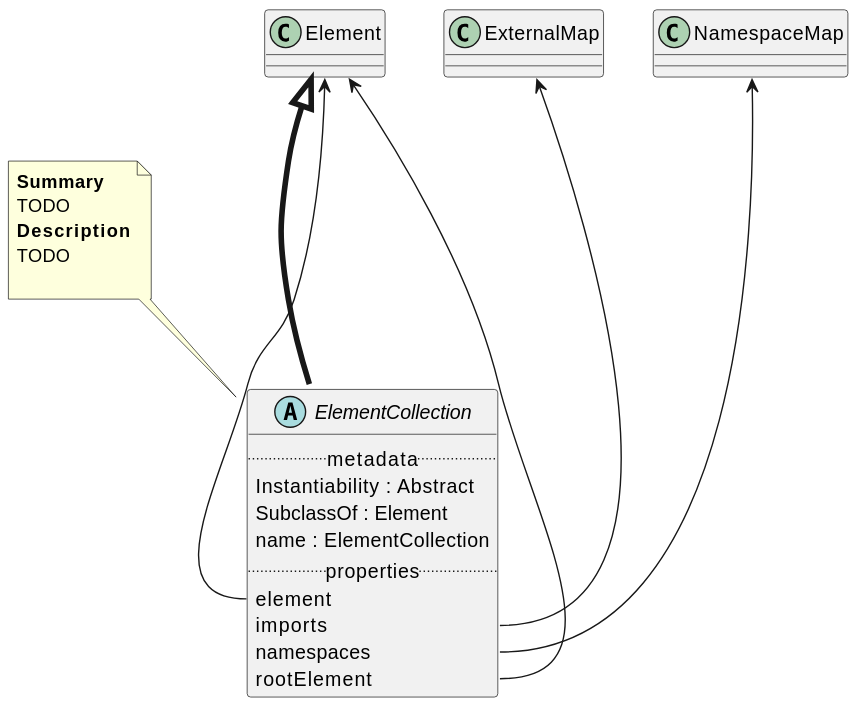
The PlantUML diagram Classes/ElementCollection.svg in maxhbr/spec-parser.hs, before a commit.
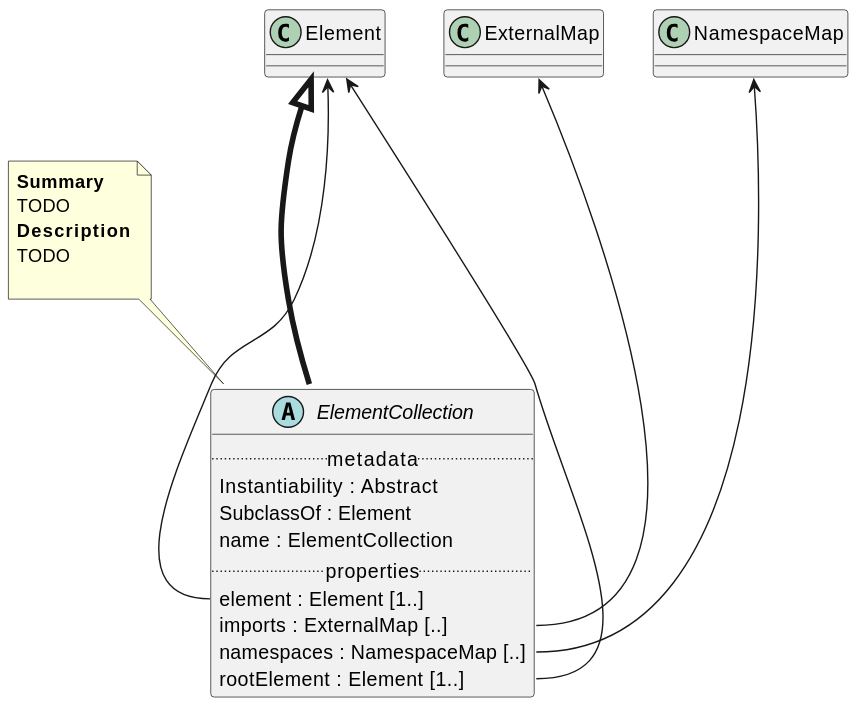
The same file after the commit.

Change to the diagram source:
```diff
@@ -5,10 +5,10 @@
     SubclassOf : Element
     name : ElementCollection
 .. properties ..
-    element
-    imports
-    namespaces
-    rootElement
+    element : Element [1..]
+    imports : ExternalMap [..]
+    namespaces : NamespaceMap [..]
+    rootElement : Element [1..]
 }
 note top of ElementCollection
 <b>Summary</b>
```
